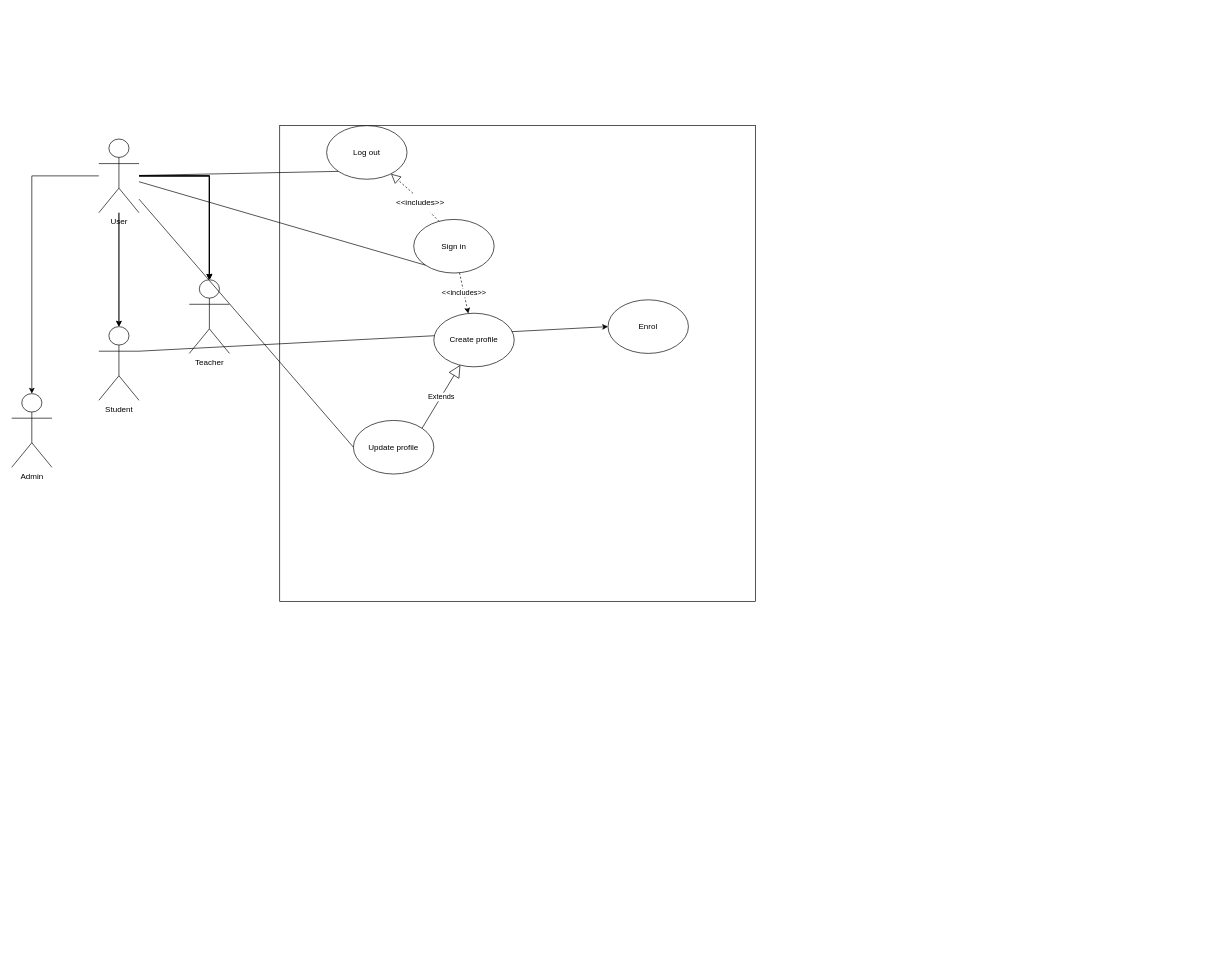
The draw.io diagram diagrams/use_case_diagram.drawio.drawio.xml in seraphh01/sleepy-bears, before the edit. Source tidied: cells renumbered, new cells numbered last; positions are measured from the earlier drawing's top-left corner, leaving out a move shared by most shapes. Both pictures are drawn from the tidied source at 67%, with x=0, y=0 at pixel (11, 125).
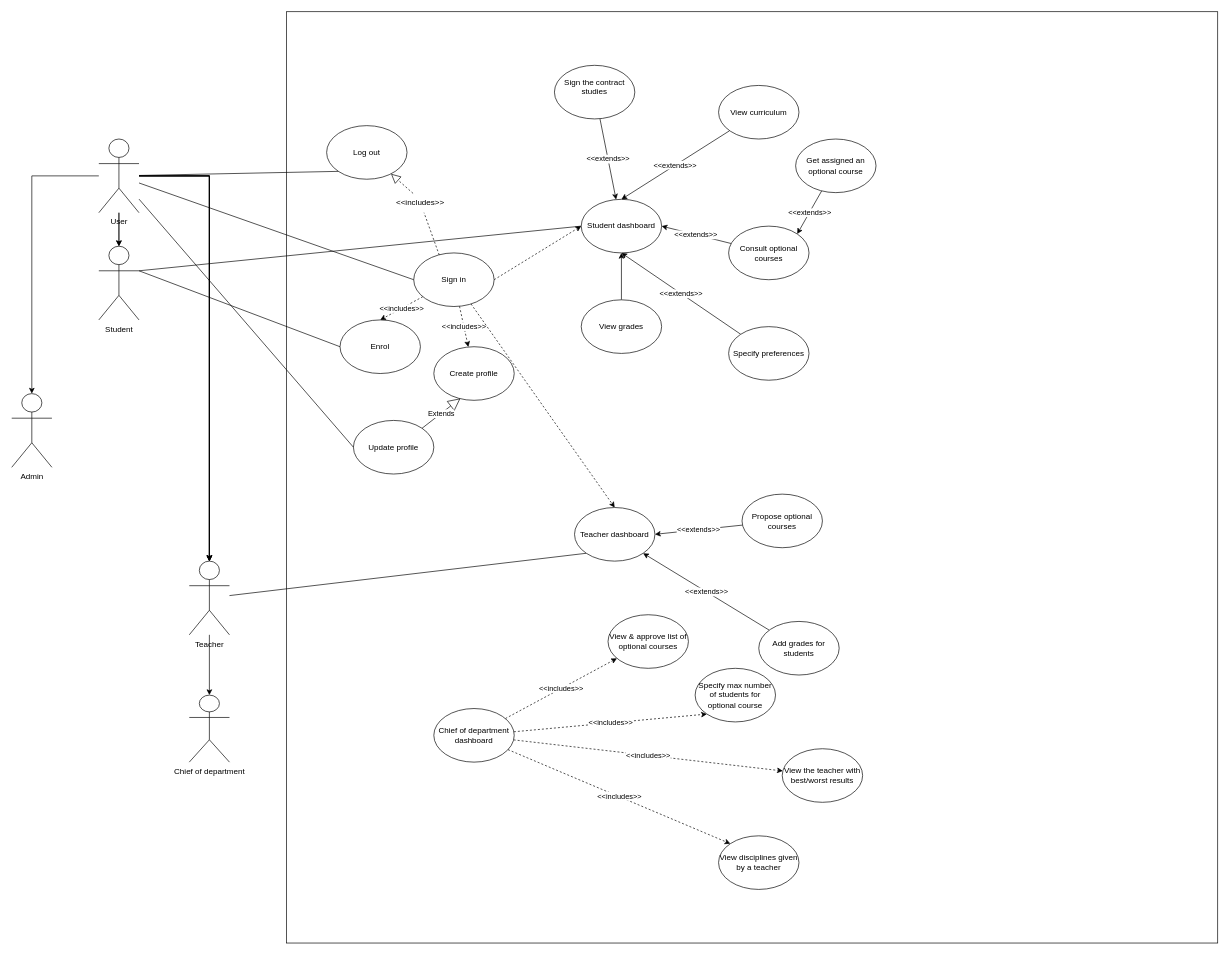
The same diagram, later.

The change refers to these unchanged cells:
```xml
<mxCell id="11" value="User" style="shape=umlActor;verticalLabelPosition=bottom;verticalAlign=top;html=1;outlineConnect=0;" parent="1" vertex="1">
  <mxGeometry x="130" y="20" width="60" height="110" as="geometry" />
</mxCell>
```

Change to the diagram source:
```diff
@@
     <mxCell id="2" style="whiteSpace=wrap;html=1;" parent="1" vertex="1">
-      <mxGeometry x="400" width="710" height="710" as="geometry" />
+      <mxGeometry x="410" y="-170" width="1390" height="1390" as="geometry" />
     </mxCell>
@@
+    <mxCell id="30" style="edgeStyle=none;rounded=0;jettySize=auto;html=1;entryX=0;entryY=1;entryDx=0;entryDy=0;endArrow=none;endFill=0;" parent="1" edge="1" source="12" target="49">
+      <mxGeometry relative="1" as="geometry" />
+    </mxCell>
+    <mxCell id="31" style="edgeStyle=none;rounded=0;jettySize=auto;html=1;entryX=0.5;entryY=0;entryDx=0;entryDy=0;entryPerimeter=0;endArrow=classic;endFill=1;" parent="1" edge="1" source="12" target="63">
+      <mxGeometry relative="1" as="geometry" />
+    </mxCell>
     <mxCell id="12" value="Teacher" style="shape=umlActor;verticalLabelPosition=bottom;verticalAlign=top;html=1;outlineConnect=0;" parent="1" vertex="1">
-      <mxGeometry x="265" y="230" width="60" height="110" as="geometry" />
+      <mxGeometry x="265" y="650" width="60" height="110" as="geometry" />
     </mxCell>
-    <mxCell id="13" style="edgeStyle=none;rounded=0;jettySize=auto;html=1;exitX=1;exitY=0.3333333333333333;exitDx=0;exitDy=0;exitPerimeter=0;entryX=0;entryY=0.5;entryDx=0;entryDy=0;" parent="1" edge="1" source="14" target="29">
+    <mxCell id="13" style="edgeStyle=none;rounded=0;jettySize=auto;html=1;exitX=1;exitY=0.3333333333333333;exitDx=0;exitDy=0;exitPerimeter=0;entryX=0;entryY=0.5;entryDx=0;entryDy=0;endArrow=none;endFill=0;" parent="1" edge="1" source="14" target="29">
       <mxGeometry relative="1" as="geometry" />
     </mxCell>
+    <mxCell id="32" style="edgeStyle=none;rounded=0;jettySize=auto;html=1;exitX=1;exitY=0.3333333333333333;exitDx=0;exitDy=0;exitPerimeter=0;entryX=0;entryY=0.5;entryDx=0;entryDy=0;endArrow=none;endFill=0;" parent="1" edge="1" source="14" target="36">
+      <mxGeometry relative="1" as="geometry" />
+    </mxCell>
     <mxCell id="14" value="&lt;div&gt;Student&lt;/div&gt;&lt;div&gt;&lt;br&gt;&lt;/div&gt;" style="shape=umlActor;verticalLabelPosition=bottom;verticalAlign=top;html=1;outlineConnect=0;" parent="1" vertex="1">
-      <mxGeometry x="130" y="300" width="60" height="110" as="geometry" />
+      <mxGeometry x="130" y="180" width="60" height="110" as="geometry" />
     </mxCell>
@@
+    <mxCell id="33" value="&amp;lt;&amp;lt;includes&amp;gt;&amp;gt;" style="edgeStyle=none;rounded=0;jettySize=auto;html=1;entryX=0.5;entryY=0;entryDx=0;entryDy=0;dashed=1;" parent="1" edge="1" source="17" target="29">
+      <mxGeometry relative="1" as="geometry" />
+    </mxCell>
+    <mxCell id="34" style="edgeStyle=none;rounded=0;jettySize=auto;html=1;exitX=1;exitY=0.5;exitDx=0;exitDy=0;entryX=0;entryY=0.5;entryDx=0;entryDy=0;endArrow=classic;endFill=1;dashed=1;" parent="1" edge="1" source="17" target="36">
+      <mxGeometry relative="1" as="geometry" />
+    </mxCell>
+    <mxCell id="35" style="edgeStyle=none;rounded=0;jettySize=auto;html=1;entryX=0.5;entryY=0;entryDx=0;entryDy=0;endArrow=classic;endFill=1;dashed=1;" parent="1" edge="1" source="17" target="49">
+      <mxGeometry relative="1" as="geometry" />
+    </mxCell>
     <mxCell id="17" value="Sign in" style="ellipse;whiteSpace=wrap;html=1;" parent="1" vertex="1">
-      <mxGeometry x="600" y="140" width="120" height="80" as="geometry" />
+      <mxGeometry x="600" y="190" width="120" height="80" as="geometry" />
     </mxCell>
@@
-    <mxCell id="19" style="endArrow=none;html=1;rounded=0;entryX=0;entryY=1;entryDx=0;entryDy=0;" parent="1" edge="1" source="11" target="17">
+    <mxCell id="19" style="endArrow=none;html=1;rounded=0;entryX=0;entryY=0.5;entryDx=0;entryDy=0;" parent="1" edge="1" source="11" target="17">
       <mxGeometry relative="1" as="geometry" />
     </mxCell>
@@
     <mxCell id="27" value="Create profile" style="ellipse;whiteSpace=wrap;html=1;" parent="1" vertex="1">
-      <mxGeometry x="630" y="280" width="120" height="80" as="geometry" />
+      <mxGeometry x="630" y="330" width="120" height="80" as="geometry" />
     </mxCell>
@@
     <mxCell id="29" value="Enrol" style="ellipse;whiteSpace=wrap;html=1;" parent="1" vertex="1">
-      <mxGeometry x="890" y="260" width="120" height="80" as="geometry" />
+      <mxGeometry x="490" y="290" width="120" height="80" as="geometry" />
     </mxCell>
+    <mxCell id="36" value="Student dashboard" style="ellipse;whiteSpace=wrap;html=1;" parent="1" vertex="1">
+      <mxGeometry x="850" y="110" width="120" height="80" as="geometry" />
+    </mxCell>
+    <mxCell id="37" value="&amp;lt;&amp;lt;extends&amp;gt;&amp;gt;" style="edgeStyle=none;rounded=0;jettySize=auto;html=1;entryX=0.5;entryY=0;entryDx=0;entryDy=0;endArrow=classic;endFill=1;" parent="1" edge="1" source="38" target="36">
+      <mxGeometry relative="1" as="geometry" />
+    </mxCell>
+    <mxCell id="38" value="View curriculum" style="ellipse;whiteSpace=wrap;html=1;" parent="1" vertex="1">
+      <mxGeometry x="1055" y="-60" width="120" height="80" as="geometry" />
+    </mxCell>
+    <mxCell id="39" value="&amp;lt;&amp;lt;extends&amp;gt;&amp;gt;" style="edgeStyle=none;rounded=0;jettySize=auto;html=1;entryX=1;entryY=0.5;entryDx=0;entryDy=0;endArrow=classic;endFill=1;" parent="1" edge="1" source="40" target="36">
+      <mxGeometry relative="1" as="geometry" />
+    </mxCell>
+    <mxCell id="40" value="Consult optional courses" style="ellipse;whiteSpace=wrap;html=1;" parent="1" vertex="1">
+      <mxGeometry x="1070" y="150" width="120" height="80" as="geometry" />
+    </mxCell>
+    <mxCell id="41" value="&amp;lt;&amp;lt;extends&amp;gt;&amp;gt;" style="edgeStyle=none;rounded=0;jettySize=auto;html=1;entryX=0.5;entryY=1;entryDx=0;entryDy=0;endArrow=classic;endFill=1;" parent="1" edge="1" source="42" target="36">
+      <mxGeometry relative="1" as="geometry" />
+    </mxCell>
+    <mxCell id="42" value="Specify preferences" style="ellipse;whiteSpace=wrap;html=1;" parent="1" vertex="1">
+      <mxGeometry x="1070" y="300" width="120" height="80" as="geometry" />
+    </mxCell>
+    <mxCell id="43" value="&amp;lt;&amp;lt;extends&amp;gt;&amp;gt;" style="edgeStyle=none;rounded=0;jettySize=auto;html=1;entryX=1;entryY=0;entryDx=0;entryDy=0;endArrow=classic;endFill=1;" parent="1" edge="1" source="44" target="40">
+      <mxGeometry relative="1" as="geometry" />
+    </mxCell>
+    <mxCell id="44" value="Get assigned an optional course" style="ellipse;whiteSpace=wrap;html=1;" parent="1" vertex="1">
+      <mxGeometry x="1170" y="20" width="120" height="80" as="geometry" />
+    </mxCell>
+    <mxCell id="45" value="&amp;lt;&amp;lt;extends&amp;gt;&amp;gt;" style="edgeStyle=none;rounded=0;jettySize=auto;html=1;endArrow=classic;endFill=1;" parent="1" edge="1" source="46" target="36">
+      <mxGeometry relative="1" as="geometry" />
+    </mxCell>
+    <mxCell id="46" value="&lt;div&gt;Sign the contract studies&lt;/div&gt;&lt;div&gt;&lt;br&gt;&lt;/div&gt;" style="ellipse;whiteSpace=wrap;html=1;" parent="1" vertex="1">
+      <mxGeometry x="810" y="-90" width="120" height="80" as="geometry" />
+    </mxCell>
+    <mxCell id="47" style="edgeStyle=none;rounded=0;jettySize=auto;html=1;endArrow=classic;endFill=1;" parent="1" edge="1" source="48" target="36">
+      <mxGeometry relative="1" as="geometry" />
+    </mxCell>
+    <mxCell id="48" value="View grades" style="ellipse;whiteSpace=wrap;html=1;" parent="1" vertex="1">
+      <mxGeometry x="850" y="260" width="120" height="80" as="geometry" />
+    </mxCell>
+    <mxCell id="49" value="Teacher dashboard" style="ellipse;whiteSpace=wrap;html=1;" parent="1" vertex="1">
+      <mxGeometry x="840" y="570" width="120" height="80" as="geometry" />
+    </mxCell>
+    <mxCell id="50" value="&amp;lt;&amp;lt;extends&amp;gt;&amp;gt;" style="edgeStyle=none;rounded=0;jettySize=auto;html=1;entryX=1;entryY=0.5;entryDx=0;entryDy=0;endArrow=classic;endFill=1;" parent="1" edge="1" source="51" target="49">
+      <mxGeometry relative="1" as="geometry" />
+    </mxCell>
+    <mxCell id="51" value="Propose optional courses" style="ellipse;whiteSpace=wrap;html=1;" parent="1" vertex="1">
+      <mxGeometry x="1090" y="550" width="120" height="80" as="geometry" />
+    </mxCell>
+    <mxCell id="52" value="&amp;lt;&amp;lt;extends&amp;gt;&amp;gt;" style="edgeStyle=none;rounded=0;jettySize=auto;html=1;entryX=1;entryY=1;entryDx=0;entryDy=0;endArrow=classic;endFill=1;" parent="1" edge="1" source="53" target="49">
+      <mxGeometry relative="1" as="geometry" />
+    </mxCell>
+    <mxCell id="53" value="Add grades for students" style="ellipse;whiteSpace=wrap;html=1;" parent="1" vertex="1">
+      <mxGeometry x="1115" y="740" width="120" height="80" as="geometry" />
+    </mxCell>
+    <mxCell id="54" value="&amp;lt;&amp;lt;includes&amp;gt;&amp;gt;" style="edgeStyle=none;rounded=0;jettySize=auto;html=1;endArrow=classic;endFill=1;dashed=1;" parent="1" edge="1" source="58" target="60">
+      <mxGeometry relative="1" as="geometry" />
+    </mxCell>
+    <mxCell id="55" value="&amp;lt;&amp;lt;includes&amp;gt;&amp;gt;" style="edgeStyle=none;rounded=0;jettySize=auto;html=1;entryX=0;entryY=1;entryDx=0;entryDy=0;endArrow=classic;endFill=1;dashed=1;" parent="1" edge="1" source="58" target="59">
+      <mxGeometry relative="1" as="geometry" />
+    </mxCell>
+    <mxCell id="56" value="&amp;lt;&amp;lt;includes&amp;gt;&amp;gt;" style="edgeStyle=none;rounded=0;jettySize=auto;html=1;endArrow=classic;endFill=1;dashed=1;" parent="1" edge="1" source="58" target="61">
+      <mxGeometry relative="1" as="geometry" />
+    </mxCell>
+    <mxCell id="57" value="&amp;lt;&amp;lt;includes&amp;gt;&amp;gt;" style="edgeStyle=none;rounded=0;jettySize=auto;html=1;entryX=0;entryY=0;entryDx=0;entryDy=0;endArrow=classic;endFill=1;dashed=1;" parent="1" edge="1" source="58" target="62">
+      <mxGeometry relative="1" as="geometry" />
+    </mxCell>
+    <mxCell id="58" value="Chief of department dashboard" style="ellipse;whiteSpace=wrap;html=1;" parent="1" vertex="1">
+      <mxGeometry x="630" y="870" width="120" height="80" as="geometry" />
+    </mxCell>
+    <mxCell id="59" value="Specify max number of students for optional course" style="ellipse;whiteSpace=wrap;html=1;" parent="1" vertex="1">
+      <mxGeometry x="1020" y="810" width="120" height="80" as="geometry" />
+    </mxCell>
+    <mxCell id="60" value="View &amp;amp; approve list of optional courses" style="ellipse;whiteSpace=wrap;html=1;" parent="1" vertex="1">
+      <mxGeometry x="890" y="730" width="120" height="80" as="geometry" />
+    </mxCell>
+    <mxCell id="61" value="View the teacher with best/worst results" style="ellipse;whiteSpace=wrap;html=1;" parent="1" vertex="1">
+      <mxGeometry x="1150" y="930" width="120" height="80" as="geometry" />
+    </mxCell>
+    <mxCell id="62" value="View disciplines given by a teacher" style="ellipse;whiteSpace=wrap;html=1;" parent="1" vertex="1">
+      <mxGeometry x="1055" y="1060" width="120" height="80" as="geometry" />
+    </mxCell>
+    <mxCell id="63" value="Chief of department" style="shape=umlActor;verticalLabelPosition=bottom;verticalAlign=top;html=1;outlineConnect=0;" parent="1" vertex="1">
+      <mxGeometry x="265" y="850" width="60" height="100" as="geometry" />
+    </mxCell>
```
